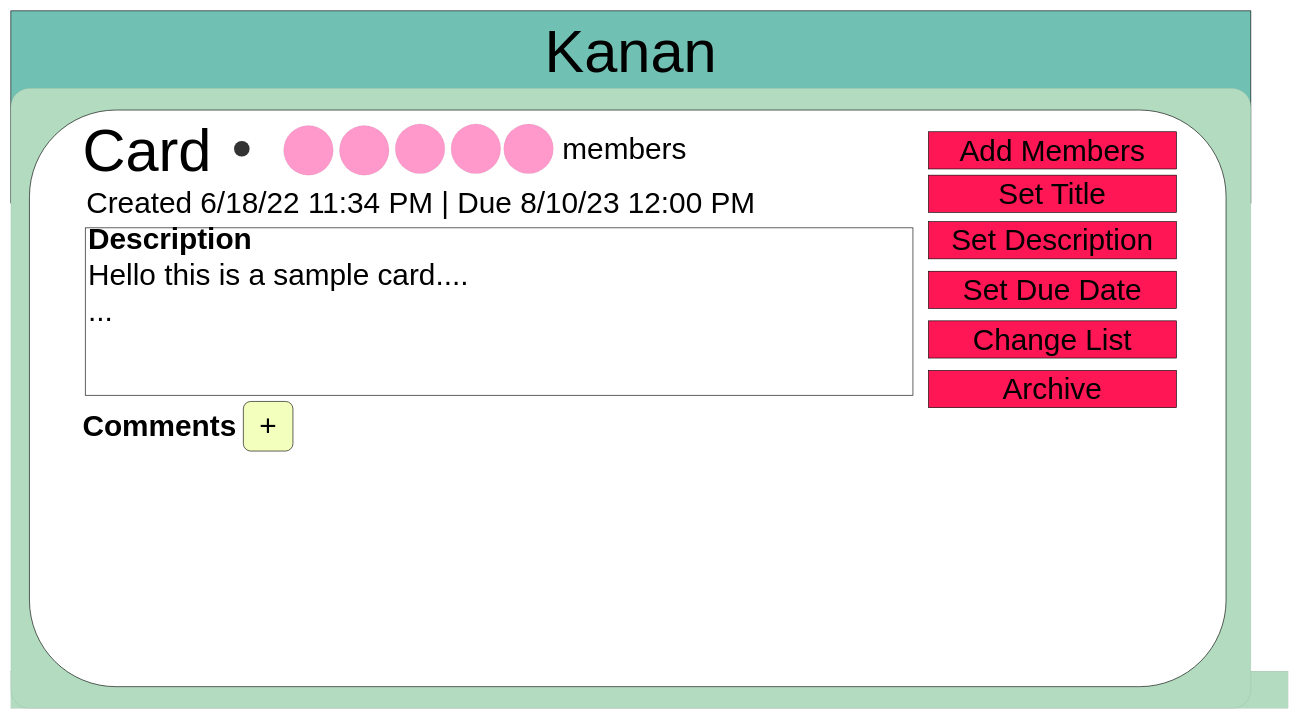
This is page "Card Details" (2 of 2) of sketches/Sketch.drawio from Sptele/Kanan, a draw.io file, before an edit. Source tidied: cells renumbered, new cells numbered last; positions are measured from the earlier drawing's top-left corner, leaving out a move shared by most shapes. Both pictures are drawn from the tidied source at 62%, with x=0, y=0 at pixel (11, 11).
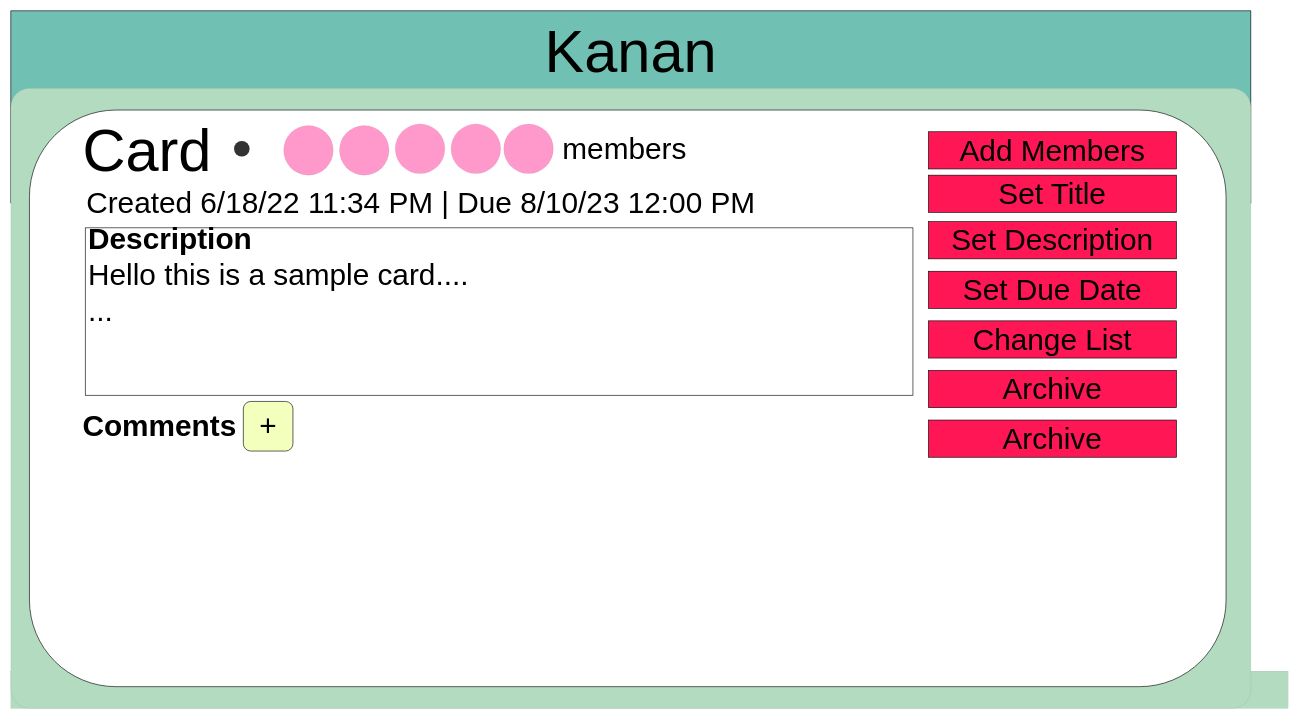
Above is the later version.

Change to the diagram source:
```diff
@@
+    <mxCell id="25" value="Archive" style="rounded=0;whiteSpace=wrap;html=1;glass=0;sketch=0;fontSize=48;fontColor=#000000;strokeColor=default;strokeWidth=1;fillColor=#FF1654;" parent="1" vertex="1">
+      <mxGeometry x="1480" y="660" width="400" height="60" as="geometry" />
+    </mxCell>
```
